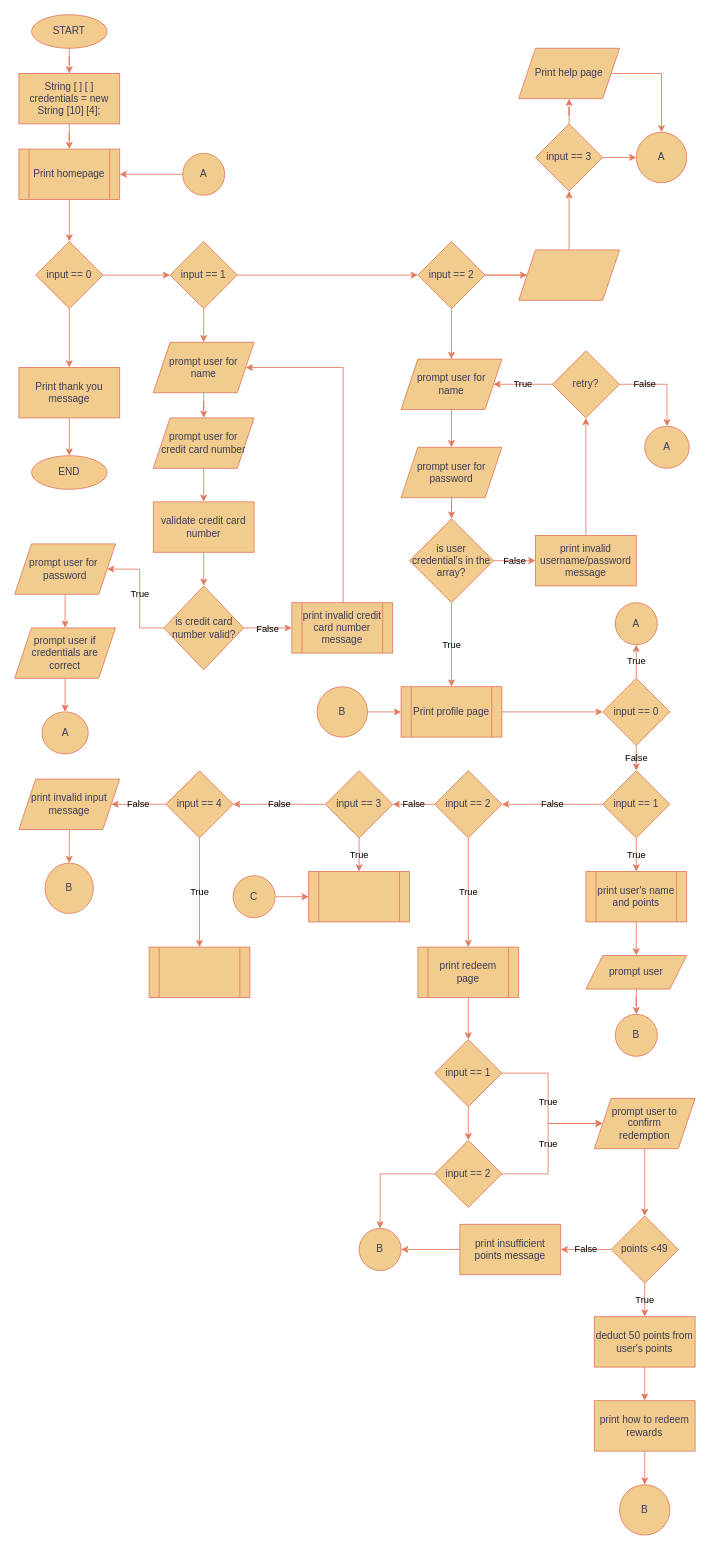
Gooseytwoshoes/Creditcard-Database keeps this draw.io diagram as CreditWise.drawio. Above is the earlier version. Source tidied: cells renumbered, new cells numbered last; positions are measured from the earlier drawing's top-left corner, leaving out a move shared by most shapes. Both pictures are drawn from the tidied source at 84%, with x=0, y=0 at pixel (14, 14).
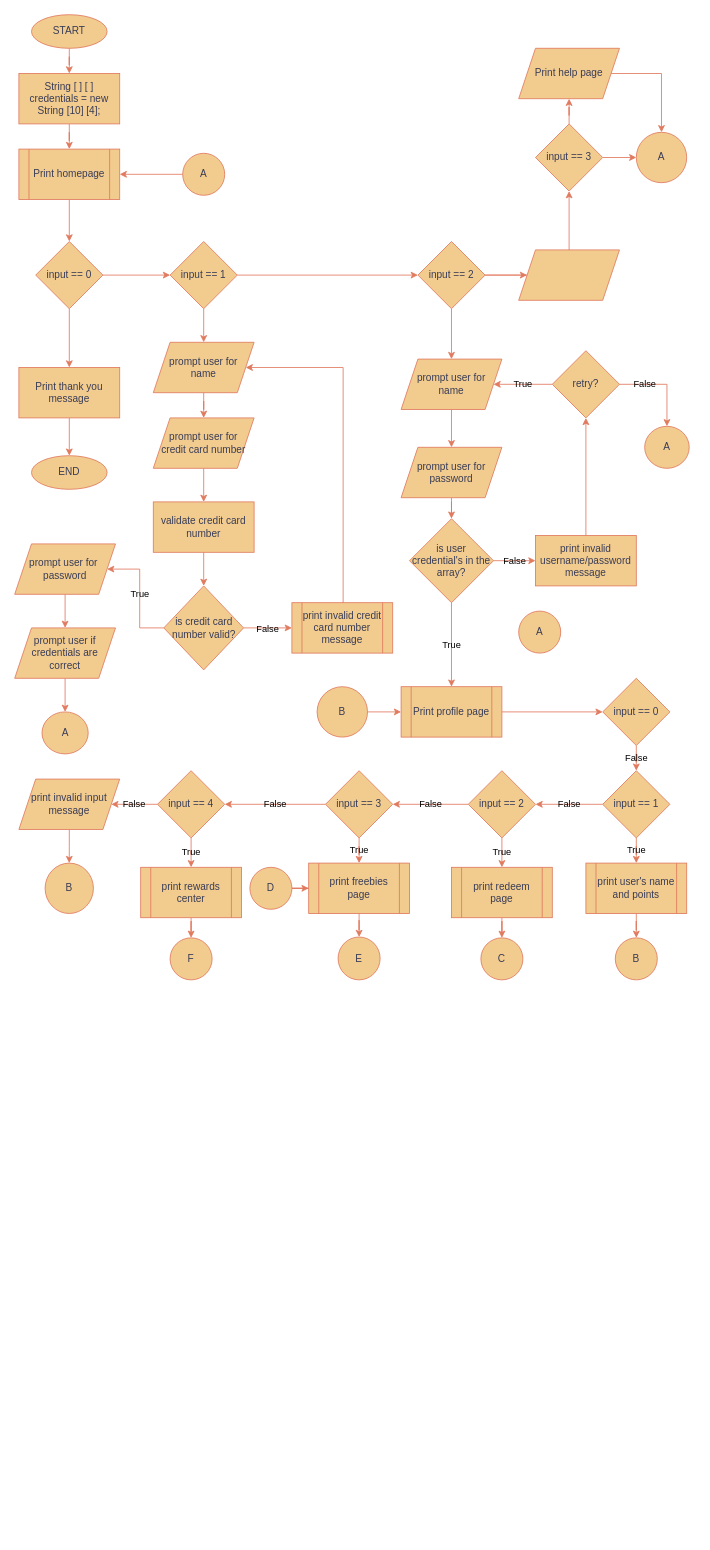
Above is the later version.

The change refers to these unchanged cells:
```xml
<mxCell id="65" value="input == 0" style="rhombus;whiteSpace=wrap;html=1;rounded=0;labelBackgroundColor=none;fillColor=#F2CC8F;strokeColor=#E07A5F;fontColor=#393C56;" parent="1" vertex="1">
  <mxGeometry x="700" y="790" width="80" height="80" as="geometry" />
</mxCell>
```

What changed in the source:
```diff
@@
-    <mxCell id="63" value="True" style="edgeStyle=orthogonalEdgeStyle;rounded=0;jettySize=auto;html=1;labelBackgroundColor=none;strokeColor=#E07A5F;fontColor=default;" parent="1" edge="1" source="65" target="66">
-      <mxGeometry relative="1" as="geometry" />
-    </mxCell>
@@
-    <mxCell id="66" value="A" style="ellipse;whiteSpace=wrap;html=1;rounded=0;labelBackgroundColor=none;fillColor=#F2CC8F;strokeColor=#E07A5F;fontColor=#393C56;" parent="1" vertex="1">
-      <mxGeometry x="715" y="700" width="50" height="50" as="geometry" />
+    <mxCell id="66" value="A" style="ellipse;whiteSpace=wrap;html=1;rounded=0;labelBackgroundColor=none;fillColor=#F2CC8F;strokeColor=#E07A5F;fontColor=#393C56;direction=south;" parent="1" vertex="1">
+      <mxGeometry x="600" y="710" width="50" height="50" as="geometry" />
     </mxCell>
@@
     <mxCell id="72" value="input == 2" style="rhombus;whiteSpace=wrap;html=1;rounded=0;labelBackgroundColor=none;fillColor=#F2CC8F;strokeColor=#E07A5F;fontColor=#393C56;" parent="1" vertex="1">
-      <mxGeometry x="500" y="900" width="80" height="80" as="geometry" />
+      <mxGeometry x="540" y="900" width="80" height="80" as="geometry" />
     </mxCell>
@@
-    <mxCell id="76" style="edgeStyle=orthogonalEdgeStyle;rounded=0;jettySize=auto;html=1;strokeColor=#E07A5F;fontColor=default;fillColor=#F2CC8F;labelBackgroundColor=none;" parent="1" edge="1" source="77" target="100">
-      <mxGeometry relative="1" as="geometry" />
-    </mxCell>
+    <mxCell id="112" style="edgeStyle=orthogonalEdgeStyle;rounded=0;jettySize=auto;html=1;strokeColor=#E07A5F;fontColor=#393C56;fillColor=#F2CC8F;" parent="1" edge="1" source="77" target="101">
+      <mxGeometry relative="1" as="geometry" />
+    </mxCell>
     <mxCell id="77" value="print user's name and points" style="shape=process;whiteSpace=wrap;html=1;backgroundOutline=1;rounded=0;labelBackgroundColor=none;fillColor=#F2CC8F;strokeColor=#E07A5F;fontColor=#393C56;" parent="1" vertex="1">
-      <mxGeometry x="680" y="1020" width="120" height="60" as="geometry" />
+      <mxGeometry x="680" y="1010" width="120" height="60" as="geometry" />
     </mxCell>
-    <mxCell id="78" style="edgeStyle=orthogonalEdgeStyle;rounded=0;jettySize=auto;html=1;strokeColor=#E07A5F;fontColor=default;fillColor=#F2CC8F;labelBackgroundColor=none;" parent="1" edge="1" source="79" target="92">
-      <mxGeometry relative="1" as="geometry" />
-    </mxCell>
+    <mxCell id="113" style="edgeStyle=orthogonalEdgeStyle;rounded=0;jettySize=auto;html=1;strokeColor=#E07A5F;fontColor=#393C56;fillColor=#F2CC8F;" parent="1" edge="1" source="79" target="116">
+      <mxGeometry relative="1" as="geometry" />
+    </mxCell>
     <mxCell id="79" value="print redeem page" style="shape=process;whiteSpace=wrap;html=1;backgroundOutline=1;rounded=0;labelBackgroundColor=none;fillColor=#F2CC8F;strokeColor=#E07A5F;fontColor=#393C56;" parent="1" vertex="1">
-      <mxGeometry x="480" y="1110" width="120" height="60" as="geometry" />
+      <mxGeometry x="520" y="1015" width="120" height="60" as="geometry" />
     </mxCell>
+    <mxCell id="114" style="edgeStyle=orthogonalEdgeStyle;rounded=0;jettySize=auto;html=1;strokeColor=#E07A5F;fontColor=#393C56;fillColor=#F2CC8F;" parent="1" edge="1" source="80" target="117">
+      <mxGeometry relative="1" as="geometry" />
+    </mxCell>
-    <mxCell id="80" style="shape=process;whiteSpace=wrap;html=1;backgroundOutline=1;rounded=0;labelBackgroundColor=none;fillColor=#F2CC8F;strokeColor=#E07A5F;fontColor=#393C56;" parent="1" vertex="1">
-      <mxGeometry x="350" y="1020" width="120" height="60" as="geometry" />
+    <mxCell id="80" value="print freebies page" style="shape=process;whiteSpace=wrap;html=1;backgroundOutline=1;rounded=0;labelBackgroundColor=none;fillColor=#F2CC8F;strokeColor=#E07A5F;fontColor=#393C56;" parent="1" vertex="1">
+      <mxGeometry x="350" y="1010" width="120" height="60" as="geometry" />
     </mxCell>
@@
     <mxCell id="83" value="input == 4" style="rhombus;whiteSpace=wrap;html=1;rounded=0;labelBackgroundColor=none;fillColor=#F2CC8F;strokeColor=#E07A5F;fontColor=#393C56;" parent="1" vertex="1">
-      <mxGeometry x="180" y="900" width="80" height="80" as="geometry" />
+      <mxGeometry x="170" y="900" width="80" height="80" as="geometry" />
     </mxCell>
+    <mxCell id="115" style="edgeStyle=orthogonalEdgeStyle;rounded=0;jettySize=auto;html=1;strokeColor=#E07A5F;fontColor=#393C56;fillColor=#F2CC8F;" parent="1" edge="1" source="84" target="118">
+      <mxGeometry relative="1" as="geometry" />
+    </mxCell>
-    <mxCell id="84" style="shape=process;whiteSpace=wrap;html=1;backgroundOutline=1;rounded=0;labelBackgroundColor=none;fillColor=#F2CC8F;strokeColor=#E07A5F;fontColor=#393C56;" parent="1" vertex="1">
-      <mxGeometry x="160" y="1110" width="120" height="60" as="geometry" />
+    <mxCell id="84" value="print rewards center" style="shape=process;whiteSpace=wrap;html=1;backgroundOutline=1;rounded=0;labelBackgroundColor=none;fillColor=#F2CC8F;strokeColor=#E07A5F;fontColor=#393C56;" parent="1" vertex="1">
+      <mxGeometry x="150" y="1015" width="120" height="60" as="geometry" />
     </mxCell>
@@
-    <mxCell id="89" value="C" style="ellipse;whiteSpace=wrap;html=1;strokeColor=#E07A5F;fontColor=#393C56;fillColor=#F2CC8F;labelBackgroundColor=none;" parent="1" vertex="1">
-      <mxGeometry x="260" y="1025" width="50" height="50" as="geometry" />
+    <mxCell id="89" value="D" style="ellipse;whiteSpace=wrap;html=1;strokeColor=#E07A5F;fontColor=#393C56;fillColor=#F2CC8F;labelBackgroundColor=none;" parent="1" vertex="1">
+      <mxGeometry x="280" y="1015" width="50" height="50" as="geometry" />
     </mxCell>
-    <mxCell id="90" style="edgeStyle=orthogonalEdgeStyle;rounded=0;jettySize=auto;html=1;strokeColor=#E07A5F;fontColor=default;fillColor=#F2CC8F;labelBackgroundColor=none;" parent="1" edge="1" source="92" target="95">
-      <mxGeometry relative="1" as="geometry" />
-    </mxCell>
-    <mxCell id="91" value="True" style="edgeStyle=orthogonalEdgeStyle;rounded=0;jettySize=auto;html=1;strokeColor=#E07A5F;fontColor=default;fillColor=#F2CC8F;labelBackgroundColor=none;" parent="1" edge="1" source="92" target="98">
-      <mxGeometry relative="1" as="geometry" />
-    </mxCell>
-    <mxCell id="92" value="input == 1" style="rhombus;whiteSpace=wrap;html=1;fillColor=#F2CC8F;strokeColor=#E07A5F;fontColor=#393C56;rounded=0;labelBackgroundColor=none;" parent="1" vertex="1">
-      <mxGeometry x="500" y="1220" width="80" height="80" as="geometry" />
-    </mxCell>
-    <mxCell id="93" style="edgeStyle=orthogonalEdgeStyle;rounded=0;jettySize=auto;html=1;strokeColor=#E07A5F;fontColor=default;fillColor=#F2CC8F;labelBackgroundColor=none;" parent="1" edge="1" source="95" target="96">
-      <mxGeometry relative="1" as="geometry" />
-    </mxCell>
-    <mxCell id="94" value="True" style="edgeStyle=orthogonalEdgeStyle;rounded=0;jettySize=auto;html=1;strokeColor=#E07A5F;fontColor=default;fillColor=#F2CC8F;labelBackgroundColor=none;" parent="1" edge="1" source="95" target="98">
-      <mxGeometry relative="1" as="geometry" />
-    </mxCell>
-    <mxCell id="95" value="input == 2" style="rhombus;whiteSpace=wrap;html=1;fillColor=#F2CC8F;strokeColor=#E07A5F;fontColor=#393C56;rounded=0;labelBackgroundColor=none;" parent="1" vertex="1">
-      <mxGeometry x="500" y="1340" width="80" height="80" as="geometry" />
-    </mxCell>
-    <mxCell id="96" value="B" style="ellipse;whiteSpace=wrap;html=1;fillColor=#F2CC8F;strokeColor=#E07A5F;fontColor=#393C56;rounded=0;labelBackgroundColor=none;" parent="1" vertex="1">
-      <mxGeometry x="410" y="1445" width="50" height="50" as="geometry" />
-    </mxCell>
-    <mxCell id="97" style="edgeStyle=orthogonalEdgeStyle;rounded=0;jettySize=auto;html=1;strokeColor=#E07A5F;fontColor=default;fillColor=#F2CC8F;labelBackgroundColor=none;" parent="1" edge="1" source="98" target="104">
-      <mxGeometry relative="1" as="geometry" />
-    </mxCell>
-    <mxCell id="98" value="prompt user to confirm&lt;br&gt;redemption" style="shape=parallelogram;perimeter=parallelogramPerimeter;whiteSpace=wrap;html=1;fixedSize=1;strokeColor=#E07A5F;fontColor=#393C56;fillColor=#F2CC8F;labelBackgroundColor=none;" parent="1" vertex="1">
-      <mxGeometry x="690" y="1290" width="120" height="60" as="geometry" />
-    </mxCell>
-    <mxCell id="99" style="edgeStyle=orthogonalEdgeStyle;rounded=0;jettySize=auto;html=1;strokeColor=#E07A5F;fontColor=default;fillColor=#F2CC8F;labelBackgroundColor=none;" parent="1" edge="1" source="100" target="101">
-      <mxGeometry relative="1" as="geometry" />
-    </mxCell>
-    <mxCell id="100" value="prompt user" style="shape=parallelogram;perimeter=parallelogramPerimeter;whiteSpace=wrap;html=1;fixedSize=1;strokeColor=#E07A5F;fontColor=#393C56;fillColor=#F2CC8F;labelBackgroundColor=none;" parent="1" vertex="1">
-      <mxGeometry x="680" y="1120" width="120" height="40" as="geometry" />
-    </mxCell>
     <mxCell id="101" value="B" style="ellipse;whiteSpace=wrap;html=1;fillColor=#F2CC8F;strokeColor=#E07A5F;fontColor=#393C56;labelBackgroundColor=none;" parent="1" vertex="1">
-      <mxGeometry x="715" y="1190" width="50" height="50" as="geometry" />
+      <mxGeometry x="715" y="1099" width="50" height="50" as="geometry" />
     </mxCell>
-    <mxCell id="102" value="False" style="edgeStyle=orthogonalEdgeStyle;rounded=0;jettySize=auto;html=1;strokeColor=#E07A5F;fontColor=default;fillColor=#F2CC8F;labelBackgroundColor=none;" parent="1" edge="1" source="104" target="106">
-      <mxGeometry relative="1" as="geometry" />
-    </mxCell>
-    <mxCell id="103" value="True" style="edgeStyle=orthogonalEdgeStyle;rounded=0;jettySize=auto;html=1;strokeColor=#E07A5F;fontColor=default;fillColor=#F2CC8F;labelBackgroundColor=none;" parent="1" edge="1" source="104" target="108">
-      <mxGeometry relative="1" as="geometry" />
-    </mxCell>
-    <mxCell id="104" value="points &amp;lt;49" style="rhombus;whiteSpace=wrap;html=1;strokeColor=#E07A5F;fontColor=#393C56;fillColor=#F2CC8F;labelBackgroundColor=none;" parent="1" vertex="1">
-      <mxGeometry x="710" y="1430" width="80" height="80" as="geometry" />
-    </mxCell>
-    <mxCell id="105" style="edgeStyle=orthogonalEdgeStyle;rounded=0;jettySize=auto;html=1;strokeColor=#E07A5F;fontColor=default;fillColor=#F2CC8F;labelBackgroundColor=none;" parent="1" edge="1" source="106" target="96">
-      <mxGeometry relative="1" as="geometry" />
-    </mxCell>
-    <mxCell id="106" value="print insufficient points message" style="rounded=0;whiteSpace=wrap;html=1;strokeColor=#E07A5F;fontColor=#393C56;fillColor=#F2CC8F;labelBackgroundColor=none;" parent="1" vertex="1">
-      <mxGeometry x="530" y="1440" width="120" height="60" as="geometry" />
-    </mxCell>
-    <mxCell id="107" style="edgeStyle=orthogonalEdgeStyle;rounded=0;jettySize=auto;html=1;strokeColor=#E07A5F;fontColor=#393C56;fillColor=#F2CC8F;" parent="1" edge="1" source="108" target="110">
-      <mxGeometry relative="1" as="geometry" />
-    </mxCell>
-    <mxCell id="108" value="deduct 50 points from user's points" style="whiteSpace=wrap;html=1;fillColor=#F2CC8F;strokeColor=#E07A5F;fontColor=#393C56;labelBackgroundColor=none;" parent="1" vertex="1">
-      <mxGeometry x="690" y="1550" width="120" height="60" as="geometry" />
-    </mxCell>
-    <mxCell id="109" style="edgeStyle=orthogonalEdgeStyle;rounded=0;jettySize=auto;html=1;strokeColor=#E07A5F;fontColor=#393C56;fillColor=#F2CC8F;" parent="1" edge="1" source="110" target="111">
-      <mxGeometry relative="1" as="geometry" />
-    </mxCell>
-    <mxCell id="110" value="print how to redeem rewards" style="whiteSpace=wrap;html=1;fillColor=#F2CC8F;strokeColor=#E07A5F;fontColor=#393C56;labelBackgroundColor=none;" parent="1" vertex="1">
-      <mxGeometry x="690" y="1650" width="120" height="60" as="geometry" />
-    </mxCell>
-    <mxCell id="111" value="B" style="ellipse;whiteSpace=wrap;html=1;fillColor=#F2CC8F;strokeColor=#E07A5F;fontColor=#393C56;labelBackgroundColor=none;" parent="1" vertex="1">
-      <mxGeometry x="720" y="1750" width="60" height="60" as="geometry" />
-    </mxCell>
+    <mxCell id="116" value="C" style="ellipse;whiteSpace=wrap;html=1;strokeColor=#E07A5F;fontColor=#393C56;fillColor=#F2CC8F;labelBackgroundColor=none;" parent="1" vertex="1">
+      <mxGeometry x="555" y="1099" width="50" height="50" as="geometry" />
+    </mxCell>
+    <mxCell id="117" value="E" style="ellipse;whiteSpace=wrap;html=1;fillColor=#F2CC8F;strokeColor=#E07A5F;fontColor=#393C56;rounded=0;labelBackgroundColor=none;" parent="1" vertex="1">
+      <mxGeometry x="385" y="1098" width="50" height="51" as="geometry" />
+    </mxCell>
+    <mxCell id="118" value="F" style="ellipse;whiteSpace=wrap;html=1;strokeColor=#E07A5F;fontColor=#393C56;fillColor=#F2CC8F;labelBackgroundColor=none;" parent="1" vertex="1">
+      <mxGeometry x="185" y="1099" width="50" height="50" as="geometry" />
+    </mxCell>
```
